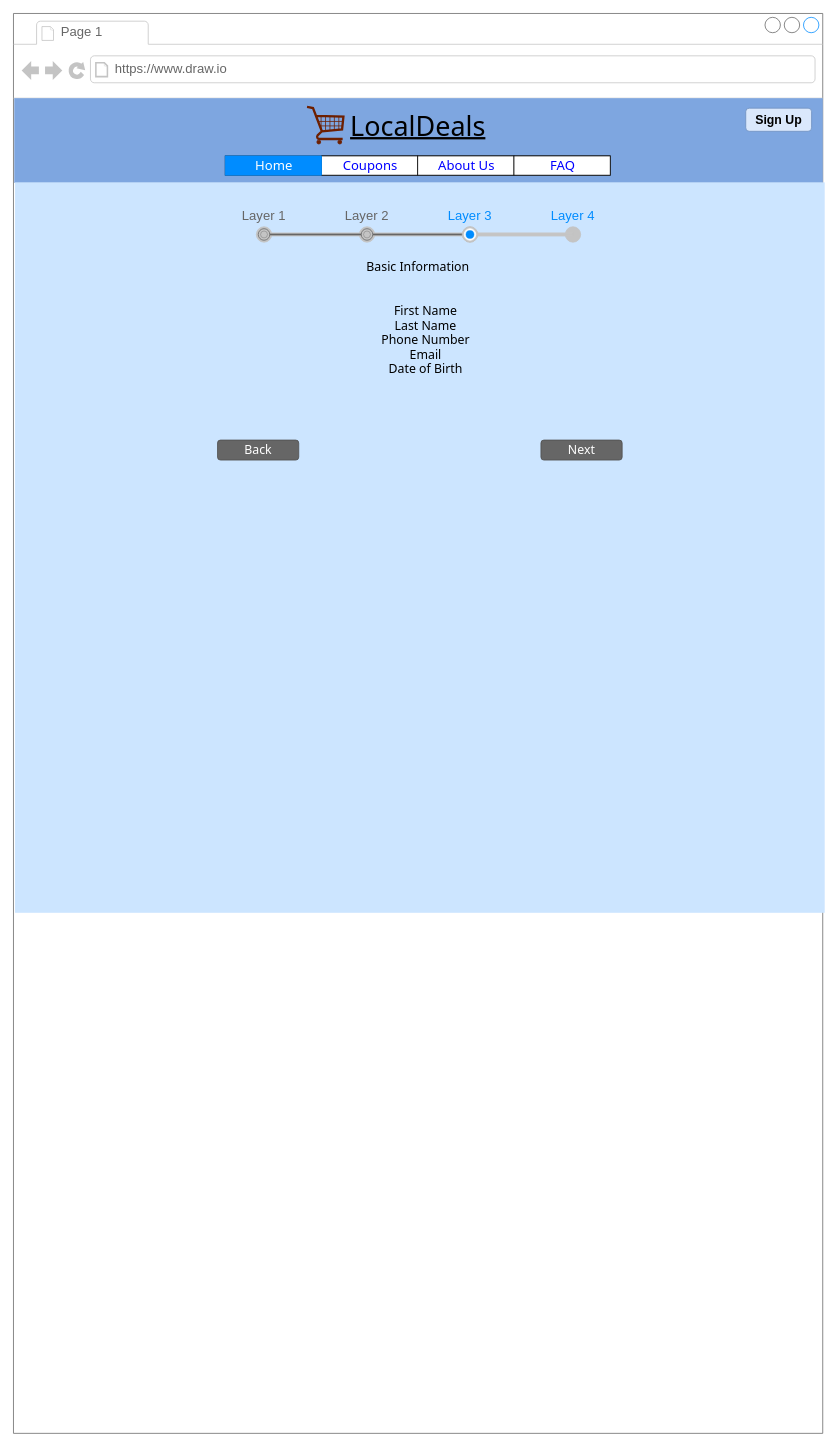
Before: page "Sign Up" (3 of 8) of coupon.drawio in EsmeraldaAca/UIDesign, a draw.io diagram. Source tidied: cells renumbered, new cells numbered last; positions are measured from the earlier drawing's top-left corner, leaving out a move shared by most shapes. Both pictures are drawn from the tidied source at 77%, with x=0, y=0 at pixel (13, 13).
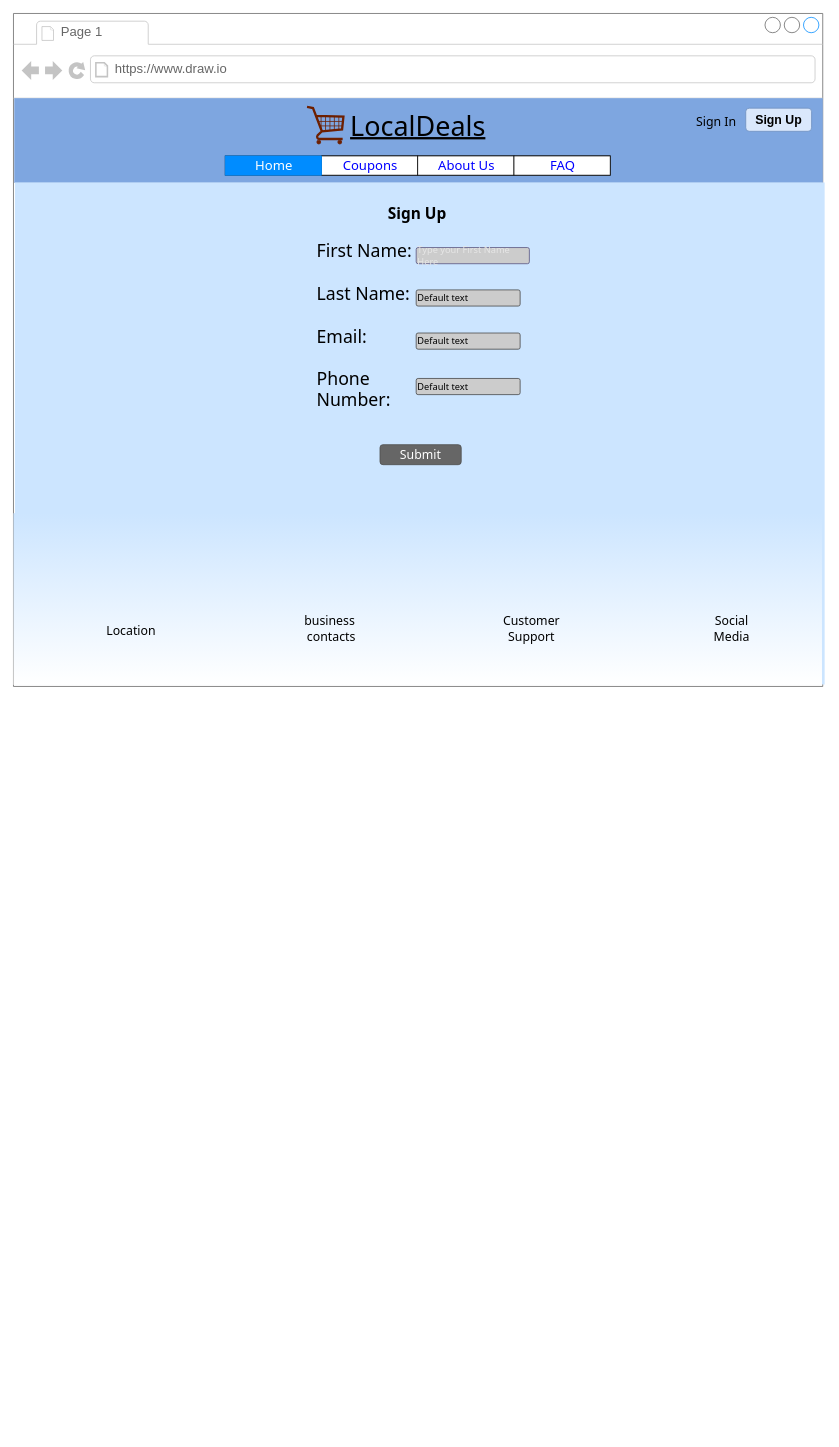
The same page after the edit.

Change to the diagram source:
```diff
@@
     <mxCell id="2" style="strokeWidth=1;shadow=0;dashed=0;align=center;html=1;shape=mxgraph.mockup.containers.browserWindow;rSize=0;strokeColor=#666666;strokeColor2=#008cff;strokeColor3=#c4c4c4;mainText=,;" parent="1" vertex="1">
-      <mxGeometry width="1051" height="1844" as="geometry" />
+      <mxGeometry width="1051" height="874" as="geometry" />
     </mxCell>
@@
     <mxCell id="14" style="rounded=0;whiteSpace=wrap;html=1;shadow=0;labelBackgroundColor=none;labelBorderColor=none;fontFamily=Tahoma;fontSize=35;strokeColor=none;strokeWidth=26;fillColor=#cce5ff;rotation=-90;" parent="2" vertex="1">
-      <mxGeometry x="53.5" y="167.9" width="948.6" height="1051.5" as="geometry" />
+      <mxGeometry x="201.7" y="19.7" width="652" height="1051.5" as="geometry" />
     </mxCell>
-    <mxCell id="15" style="strokeWidth=1;shadow=0;dashed=0;align=center;html=1;shape=mxgraph.mockup.navigation.stepBar;strokeColor=#c4c4c4;textColor=#666666;textColor2=#008cff;mainText=Layer 1,Layer 2,+Layer 3,Layer 4;textSize=17;fillColor=#666666;overflow=fill;fontSize=17;fontColor=#666666;labelBackgroundColor=none;labelBorderColor=none;fontFamily=Tahoma;" parent="2" vertex="1">
-      <mxGeometry x="258.5" y="253" width="535" height="86" as="geometry" />
-    </mxCell>
-    <mxCell id="16" value="&lt;font style=&quot;font-size: 16px;&quot;&gt;Next&lt;/font&gt;" style="rounded=1;html=1;shadow=0;dashed=0;whiteSpace=wrap;fontSize=10;fillColor=#666666;align=center;strokeColor=#4D4D4D;fontColor=#ffffff;labelBackgroundColor=none;labelBorderColor=none;fontFamily=Tahoma;" parent="2" vertex="1">
-      <mxGeometry x="685" y="554" width="105.5" height="26" as="geometry" />
+    <mxCell id="16" value="&lt;font style=&quot;font-size: 16px;&quot;&gt;Submit&lt;/font&gt;" style="rounded=1;html=1;shadow=0;dashed=0;whiteSpace=wrap;fontSize=10;fillColor=#666666;align=center;strokeColor=#4D4D4D;fontColor=#ffffff;labelBackgroundColor=none;labelBorderColor=none;fontFamily=Tahoma;" parent="2" vertex="1">
+      <mxGeometry x="476" y="560" width="105.5" height="26" as="geometry" />
     </mxCell>
-    <mxCell id="17" value="&lt;font style=&quot;font-size: 16px;&quot;&gt;Back&lt;/font&gt;" style="rounded=1;html=1;shadow=0;dashed=0;whiteSpace=wrap;fontSize=10;fillColor=#666666;align=center;strokeColor=#4D4D4D;fontColor=#ffffff;labelBackgroundColor=none;labelBorderColor=none;fontFamily=Tahoma;" parent="2" vertex="1">
-      <mxGeometry x="265" y="554" width="105.5" height="26" as="geometry" />
-    </mxCell>
-    <mxCell id="18" value="Basic Information" style="text;html=1;align=center;verticalAlign=middle;fillColor=none;strokeColor=none;rounded=0;shadow=0;labelBackgroundColor=none;labelBorderColor=none;fontFamily=Tahoma;fontSize=16;fontColor=#000000;" parent="2" vertex="1">
-      <mxGeometry x="455" y="319" width="140" height="20" as="geometry" />
-    </mxCell>
-    <mxCell id="19" value="First Name&lt;br&gt;Last Name&lt;br&gt;Phone Number&lt;br&gt;Email&lt;br&gt;Date of Birth" style="text;html=1;align=center;verticalAlign=middle;fillColor=none;strokeColor=none;rounded=0;shadow=0;labelBackgroundColor=none;labelBorderColor=none;fontFamily=Tahoma;fontSize=16;fontColor=#000000;" parent="2" vertex="1">
-      <mxGeometry x="475" y="374" width="120" height="100" as="geometry" />
+    <mxCell id="19" value="&lt;font style=&quot;font-size: 23px;&quot;&gt;First Name:&lt;br&gt;&lt;br&gt;Last Name:&lt;br&gt;&lt;br&gt;Email:&lt;br&gt;&lt;br&gt;Phone&lt;br&gt;Number:&lt;br&gt;&lt;/font&gt;" style="text;html=1;align=left;verticalAlign=middle;fillColor=none;strokeColor=none;rounded=0;shadow=0;labelBackgroundColor=none;labelBorderColor=none;fontFamily=Tahoma;fontSize=16;fontColor=#000000;" parent="2" vertex="1">
+      <mxGeometry x="392" y="320" width="130" height="170" as="geometry" />
     </mxCell>
+    <mxCell id="20" value="&lt;span style=&quot;font-size: 12px;&quot;&gt;Type your First Name Here&lt;/span&gt;" style="strokeWidth=1;html=1;shadow=0;dashed=0;shape=mxgraph.ios.iTextInput;strokeColor=#56517e;buttonText=;fontSize=8;whiteSpace=wrap;align=left;labelBackgroundColor=none;labelBorderColor=none;fontFamily=Tahoma;fillColor=#CCCCCC;gradientDirection=north;fontColor=#E6E6E6;" parent="2" vertex="1">
+      <mxGeometry x="523" y="304" width="147" height="21" as="geometry" />
+    </mxCell>
+    <mxCell id="21" value="&lt;font style=&quot;font-size: 12px;&quot;&gt;Default text&lt;/font&gt;" style="strokeWidth=1;html=1;shadow=0;dashed=0;shape=mxgraph.ios.iTextInput;strokeColor=#444444;buttonText=;fontSize=8;whiteSpace=wrap;align=left;labelBackgroundColor=none;labelBorderColor=none;fontFamily=Tahoma;fontColor=none;fillColor=#CCCCCC;gradientColor=none;gradientDirection=north;" parent="2" vertex="1">
+      <mxGeometry x="523" y="359" width="135" height="21" as="geometry" />
+    </mxCell>
+    <mxCell id="22" value="&lt;font style=&quot;font-size: 12px;&quot;&gt;Default text&lt;/font&gt;" style="strokeWidth=1;html=1;shadow=0;dashed=0;shape=mxgraph.ios.iTextInput;strokeColor=#444444;buttonText=;fontSize=8;whiteSpace=wrap;align=left;labelBackgroundColor=none;labelBorderColor=none;fontFamily=Tahoma;fontColor=none;fillColor=#CCCCCC;gradientColor=none;gradientDirection=north;" parent="2" vertex="1">
+      <mxGeometry x="523" y="415" width="135" height="21" as="geometry" />
+    </mxCell>
+    <mxCell id="23" value="&lt;font style=&quot;font-size: 12px;&quot;&gt;Default text&lt;/font&gt;" style="strokeWidth=1;html=1;shadow=0;dashed=0;shape=mxgraph.ios.iTextInput;strokeColor=#444444;buttonText=;fontSize=8;whiteSpace=wrap;align=left;labelBackgroundColor=none;labelBorderColor=none;fontFamily=Tahoma;fontColor=none;fillColor=#CCCCCC;gradientColor=none;gradientDirection=north;" parent="2" vertex="1">
+      <mxGeometry x="523" y="474" width="135" height="21" as="geometry" />
+    </mxCell>
+    <mxCell id="24" value="&lt;b&gt;Sign Up&lt;/b&gt;" style="text;html=1;strokeColor=none;fillColor=none;align=center;verticalAlign=middle;whiteSpace=wrap;rounded=0;shadow=1;labelBackgroundColor=none;labelBorderColor=none;fontFamily=Tahoma;fontSize=20;fontColor=none;" parent="2" vertex="1">
+      <mxGeometry x="452" y="244" width="145" height="30" as="geometry" />
+    </mxCell>
+    <mxCell id="25" style="rounded=0;whiteSpace=wrap;html=1;shadow=0;labelBackgroundColor=none;labelBorderColor=none;fontFamily=Tahoma;fontSize=35;strokeColor=none;strokeWidth=26;fillColor=#cce5ff;gradientDirection=south;gradientColor=#ffffff;" parent="1" vertex="1">
+      <mxGeometry y="649" width="1050" height="223" as="geometry" />
+    </mxCell>
+    <mxCell id="26" value="&lt;span style=&quot;font-size: 16px;&quot;&gt;Location&lt;/span&gt;" style="text;html=1;strokeColor=none;fillColor=none;align=center;verticalAlign=middle;whiteSpace=wrap;rounded=0;shadow=0;labelBackgroundColor=none;labelBorderColor=none;fontFamily=Tahoma;fontSize=24;fontColor=#000000;" parent="1" vertex="1">
+      <mxGeometry x="123" y="784" width="60" height="30" as="geometry" />
+    </mxCell>
+    <mxCell id="27" value="business&amp;nbsp; contacts" style="text;html=1;strokeColor=none;fillColor=none;align=center;verticalAlign=middle;whiteSpace=wrap;rounded=0;shadow=0;labelBackgroundColor=none;labelBorderColor=none;fontFamily=Tahoma;fontSize=16;fontColor=#000000;" parent="1" vertex="1">
+      <mxGeometry x="383" y="784" width="60" height="30" as="geometry" />
+    </mxCell>
+    <mxCell id="28" value="Social Media" style="text;html=1;strokeColor=none;fillColor=none;align=center;verticalAlign=middle;whiteSpace=wrap;rounded=0;shadow=0;labelBackgroundColor=none;labelBorderColor=none;fontFamily=Tahoma;fontSize=16;fontColor=#000000;" parent="1" vertex="1">
+      <mxGeometry x="903" y="784" width="60" height="30" as="geometry" />
+    </mxCell>
+    <mxCell id="29" value="Customer Support" style="text;html=1;strokeColor=none;fillColor=none;align=center;verticalAlign=middle;whiteSpace=wrap;rounded=0;shadow=0;labelBackgroundColor=none;labelBorderColor=none;fontFamily=Tahoma;fontSize=16;fontColor=#000000;" parent="1" vertex="1">
+      <mxGeometry x="643" y="784" width="60" height="30" as="geometry" />
+    </mxCell>
+    <mxCell id="30" value="&lt;font style=&quot;font-size: 16px;&quot;&gt;Sign In&lt;/font&gt;" style="text;html=1;strokeColor=none;fillColor=none;align=center;verticalAlign=middle;whiteSpace=wrap;rounded=0;shadow=0;labelBackgroundColor=none;labelBorderColor=none;fontFamily=Tahoma;fontSize=24;fontColor=none;" parent="1" vertex="1">
+      <mxGeometry x="883" y="122" width="60" height="30" as="geometry" />
+    </mxCell>
```
